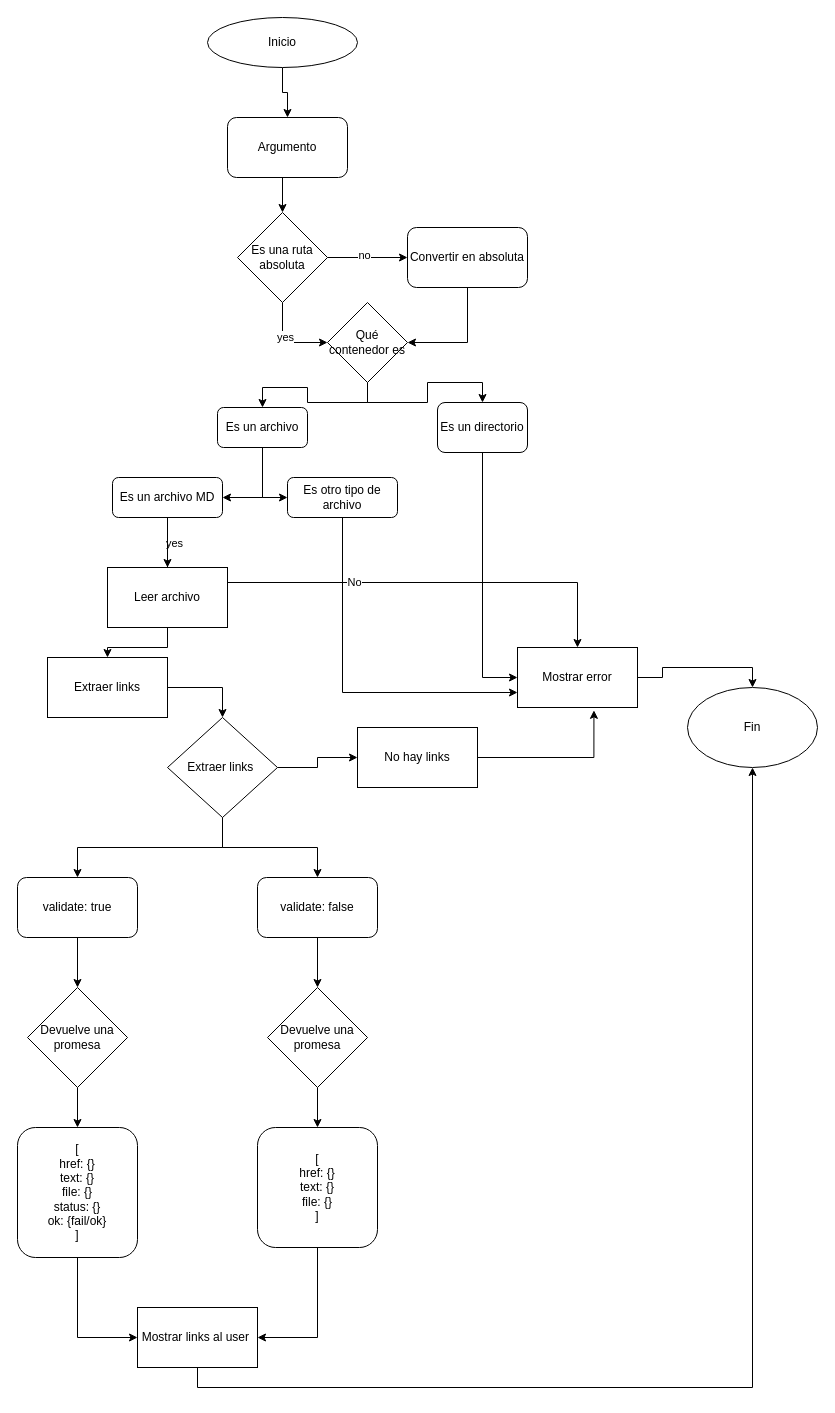
This is Diagrama_de_procesoss.drawio from annmora13/DEV007-md-links, a draw.io file, before an edit. Source tidied: cells renumbered, new cells numbered last; positions are measured from the earlier drawing's top-left corner, leaving out a move shared by most shapes. Both pictures are drawn from the tidied source at 100%, with x=0, y=0 at pixel (17, 17).
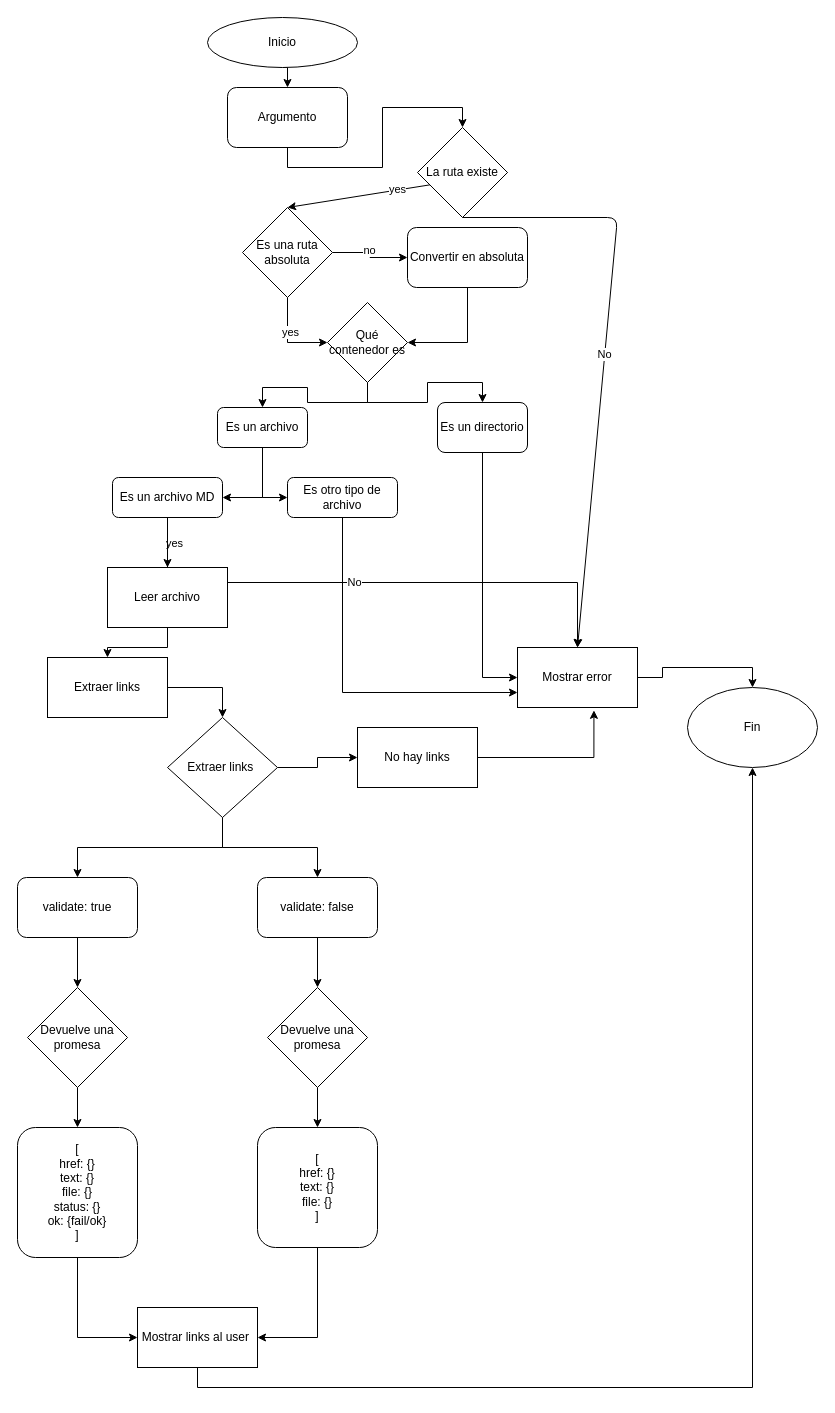
After the change.

Unchanged cells that the change refers to:
```xml
<mxCell id="21" value="Mostrar error" style="whiteSpace=wrap;html=1;" parent="1" vertex="1">
  <mxGeometry x="500" y="630" width="120" height="60" as="geometry" />
</mxCell>
```

Diff of the diagram source:
```diff
@@
-    <mxCell id="4" style="edgeStyle=orthogonalEdgeStyle;rounded=0;jettySize=auto;html=1;exitX=0.5;exitY=1;exitDx=0;exitDy=0;entryX=0.5;entryY=0;entryDx=0;entryDy=0;" parent="1" edge="1" source="5" target="10">
+    <mxCell id="4" style="edgeStyle=orthogonalEdgeStyle;rounded=0;jettySize=auto;html=1;exitX=0.5;exitY=1;exitDx=0;exitDy=0;entryX=0.5;entryY=0;entryDx=0;entryDy=0;" parent="1" edge="1" source="5" target="57">
       <mxGeometry relative="1" as="geometry" />
     </mxCell>
     <mxCell id="5" value="Argumento" style="rounded=1;whiteSpace=wrap;html=1;" parent="1" vertex="1">
-      <mxGeometry x="210" y="100" width="120" height="60" as="geometry" />
+      <mxGeometry x="210" y="70" width="120" height="60" as="geometry" />
     </mxCell>
@@
     <mxCell id="10" value="Es una ruta absoluta" style="rhombus;whiteSpace=wrap;html=1;" parent="1" vertex="1">
-      <mxGeometry x="220" y="195" width="90" height="90" as="geometry" />
+      <mxGeometry x="225" y="190" width="90" height="90" as="geometry" />
     </mxCell>
@@
+    <mxCell id="55" value="yes" style="edgeStyle=none;html=1;exitX=1;exitY=0.5;exitDx=0;exitDy=0;entryX=0.5;entryY=0;entryDx=0;entryDy=0;" parent="1" edge="1" source="57" target="10">
+      <mxGeometry relative="1" as="geometry" />
+    </mxCell>
+    <mxCell id="56" value="No" style="edgeStyle=none;html=1;exitX=0.5;exitY=1;exitDx=0;exitDy=0;entryX=0.5;entryY=0;entryDx=0;entryDy=0;" parent="1" edge="1" source="57" target="21">
+      <mxGeometry relative="1" as="geometry">
+        <Array as="points">
+          <mxPoint x="600" y="200" />
+        </Array>
+      </mxGeometry>
+    </mxCell>
+    <mxCell id="57" value="La ruta existe" style="rhombus;whiteSpace=wrap;html=1;" parent="1" vertex="1">
+      <mxGeometry x="400" y="110" width="90" height="90" as="geometry" />
+    </mxCell>
```
